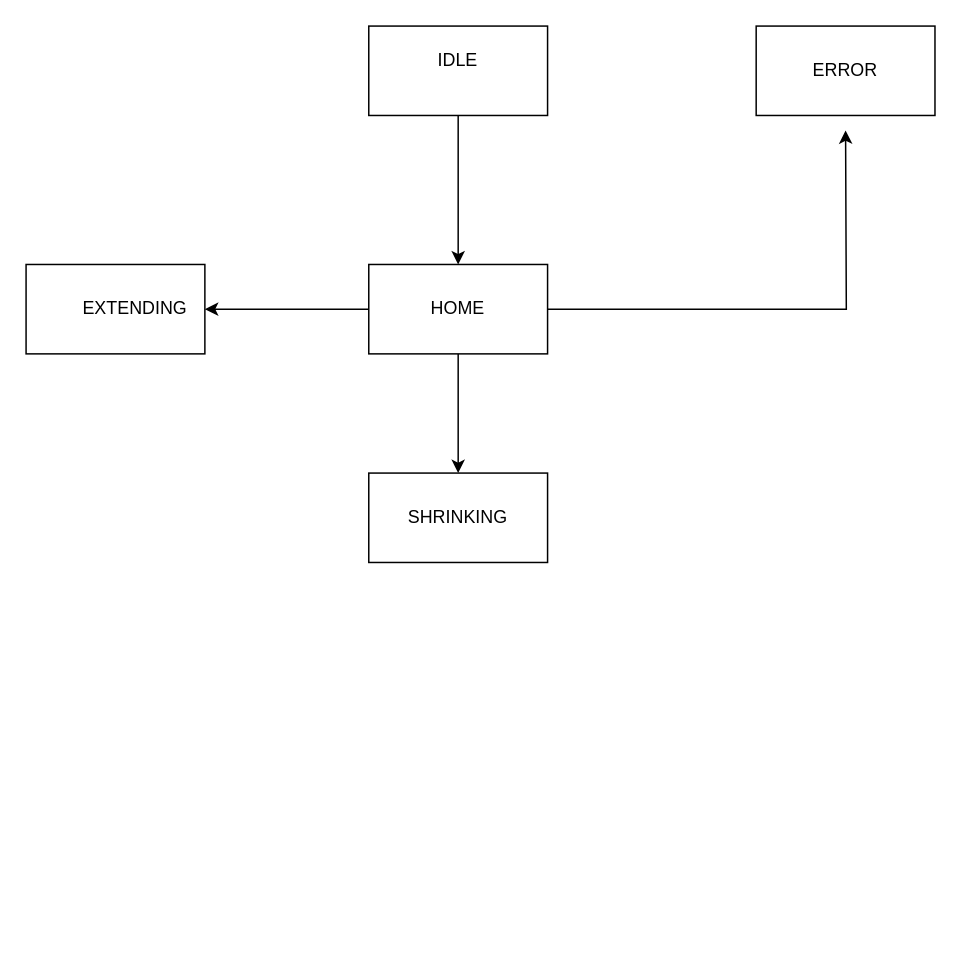
Earlier version of the draw.io diagram uml/State Machine Diagram.drawio (ikamal92/stm32-hal-actuator-homing). Source tidied: cells renumbered, new cells numbered last; positions are measured from the earlier drawing's top-left corner, leaving out a move shared by most shapes. Both pictures are drawn from the tidied source at 149%, with x=0, y=0 at pixel (25, 25).
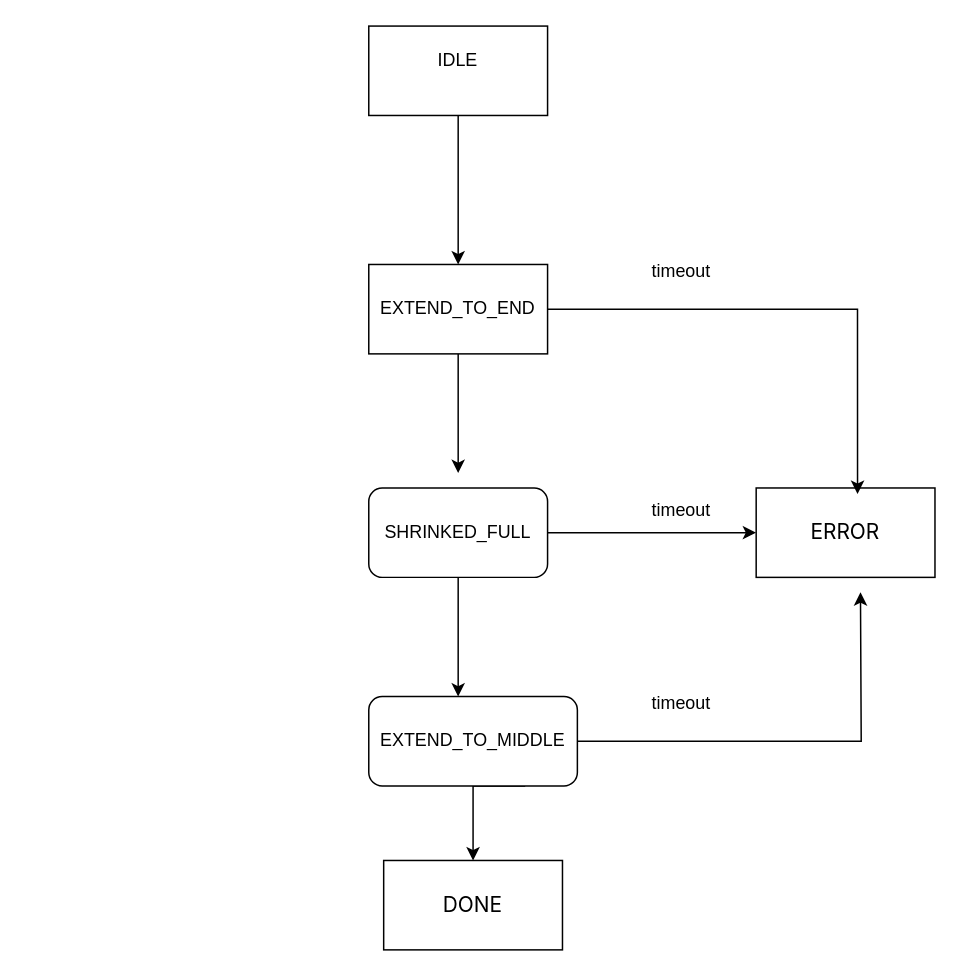
The same diagram, later.

Commit message (it also covers changes not shown here):
Update home state machine

Change to the diagram source:
```diff
@@
-    <mxCell id="4" style="edgeStyle=orthogonalEdgeStyle;rounded=0;jettySize=auto;html=1;" parent="1" edge="1" source="7">
-      <mxGeometry relative="1" as="geometry">
-        <mxPoint x="550" y="70" as="targetPoint" />
-      </mxGeometry>
-    </mxCell>
-    <mxCell id="5" style="edgeStyle=orthogonalEdgeStyle;rounded=0;jettySize=auto;html=1;" parent="1" edge="1" source="7" target="8">
-      <mxGeometry relative="1" as="geometry" />
+    <mxCell id="5" style="edgeStyle=orthogonalEdgeStyle;rounded=0;jettySize=auto;html=1;" parent="1" edge="1" source="7">
+      <mxGeometry relative="1" as="geometry">
+        <mxPoint x="290" y="300" as="targetPoint" />
+      </mxGeometry>
     </mxCell>
-    <mxCell id="6" style="edgeStyle=orthogonalEdgeStyle;rounded=0;jettySize=auto;html=1;" parent="1" edge="1" source="7">
-      <mxGeometry relative="1" as="geometry">
-        <mxPoint x="120" y="190" as="targetPoint" />
-      </mxGeometry>
-    </mxCell>
-    <mxCell id="7" value="HOME" style="rounded=0;whiteSpace=wrap;html=1;" parent="1" vertex="1">
+    <mxCell id="7" value="&lt;p&gt;EXTEND_TO_END&lt;/p&gt;&lt;div&gt;&lt;/div&gt;&lt;div&gt;&lt;/div&gt;" style="rounded=0;whiteSpace=wrap;html=1;" parent="1" vertex="1">
       <mxGeometry x="230" y="160" width="120" height="60" as="geometry" />
     </mxCell>
-    <mxCell id="8" value="SHRINKING" style="rounded=0;whiteSpace=wrap;html=1;" parent="1" vertex="1">
-      <mxGeometry x="230" y="300" width="120" height="60" as="geometry" />
-    </mxCell>
+    <mxCell id="11" style="edgeStyle=orthogonalEdgeStyle;rounded=0;jettySize=auto;html=1;exitX=1;exitY=0.5;exitDx=0;exitDy=0;entryX=0;entryY=0.5;entryDx=0;entryDy=0;" parent="1" edge="1" source="12" target="9">
+      <mxGeometry relative="1" as="geometry" />
+    </mxCell>
+    <mxCell id="12" value="&lt;p&gt;SHRINKED_FULL&lt;/p&gt;" style="rounded=1;whiteSpace=wrap;html=1;" parent="1" vertex="1">
+      <mxGeometry x="230" y="310" width="120" height="60" as="geometry" />
+    </mxCell>
+    <mxCell id="13" style="edgeStyle=orthogonalEdgeStyle;rounded=0;jettySize=auto;html=1;exitX=0.75;exitY=1;exitDx=0;exitDy=0;" parent="1" edge="1" source="15" target="17">
+      <mxGeometry relative="1" as="geometry">
+        <Array as="points">
+          <mxPoint x="300" y="510" />
+        </Array>
+      </mxGeometry>
+    </mxCell>
+    <mxCell id="14" style="edgeStyle=orthogonalEdgeStyle;rounded=0;jettySize=auto;html=1;exitX=1;exitY=0.5;exitDx=0;exitDy=0;" parent="1" edge="1" source="15">
+      <mxGeometry relative="1" as="geometry">
+        <mxPoint x="560" y="380" as="targetPoint" />
+      </mxGeometry>
+    </mxCell>
+    <mxCell id="15" value="&lt;p&gt;EXTEND_TO_MIDDLE&lt;/p&gt;" style="rounded=1;whiteSpace=wrap;html=1;" parent="1" vertex="1">
+      <mxGeometry x="230" y="450" width="140" height="60" as="geometry" />
+    </mxCell>
+    <mxCell id="16" style="edgeStyle=orthogonalEdgeStyle;rounded=0;jettySize=auto;html=1;exitX=0.5;exitY=1;exitDx=0;exitDy=0;" parent="1" edge="1" source="12">
+      <mxGeometry relative="1" as="geometry">
+        <mxPoint x="290" y="450" as="targetPoint" />
+      </mxGeometry>
+    </mxCell>
+    <mxCell id="17" value="&lt;span style=&quot;font-family: &amp;quot;Anthropic Sans&amp;quot;, -apple-system, BlinkMacSystemFont, &amp;quot;Segoe UI&amp;quot;, sans-serif; font-size: 14px; text-align: start; white-space: nowrap;&quot;&gt;DONE&lt;/span&gt;" style="rounded=0;whiteSpace=wrap;html=1;" parent="1" vertex="1">
+      <mxGeometry x="240" y="560" width="120" height="60" as="geometry" />
+    </mxCell>
-    <mxCell id="9" value="ERROR" style="rounded=0;whiteSpace=wrap;html=1;" parent="1" vertex="1">
-      <mxGeometry x="490" width="120" height="60" as="geometry" />
+    <mxCell id="9" value="&lt;span style=&quot;font-family: &amp;quot;Anthropic Sans&amp;quot;, -apple-system, BlinkMacSystemFont, &amp;quot;Segoe UI&amp;quot;, sans-serif; font-size: 14px; text-align: start; white-space: nowrap;&quot;&gt;ERROR&lt;/span&gt;" style="rounded=0;whiteSpace=wrap;html=1;" parent="1" vertex="1">
+      <mxGeometry x="490" y="310" width="120" height="60" as="geometry" />
     </mxCell>
-    <mxCell id="10" value="&lt;span style=&quot;white-space: pre;&quot;&gt;&#9;&lt;/span&gt;EXTENDING" style="rounded=0;whiteSpace=wrap;html=1;" parent="1" vertex="1">
-      <mxGeometry y="160" width="120" height="60" as="geometry" />
-    </mxCell>
+    <mxCell id="18" style="edgeStyle=orthogonalEdgeStyle;rounded=0;jettySize=auto;html=1;exitX=1;exitY=0.5;exitDx=0;exitDy=0;entryX=0.567;entryY=0.067;entryDx=0;entryDy=0;entryPerimeter=0;" parent="1" edge="1" source="7" target="9">
+      <mxGeometry relative="1" as="geometry" />
+    </mxCell>
+    <mxCell id="19" value="timeout" style="text;html=1;whiteSpace=wrap;strokeColor=none;fillColor=none;align=center;verticalAlign=middle;rounded=0;" parent="1" vertex="1">
+      <mxGeometry x="410" y="310" width="60" height="30" as="geometry" />
+    </mxCell>
+    <mxCell id="20" value="timeout" style="text;html=1;whiteSpace=wrap;strokeColor=none;fillColor=none;align=center;verticalAlign=middle;rounded=0;" parent="1" vertex="1">
+      <mxGeometry x="410" y="150" width="60" height="30" as="geometry" />
+    </mxCell>
+    <mxCell id="21" value="timeout" style="text;html=1;whiteSpace=wrap;strokeColor=none;fillColor=none;align=center;verticalAlign=middle;rounded=0;" parent="1" vertex="1">
+      <mxGeometry x="410" y="440" width="60" height="30" as="geometry" />
+    </mxCell>
```
